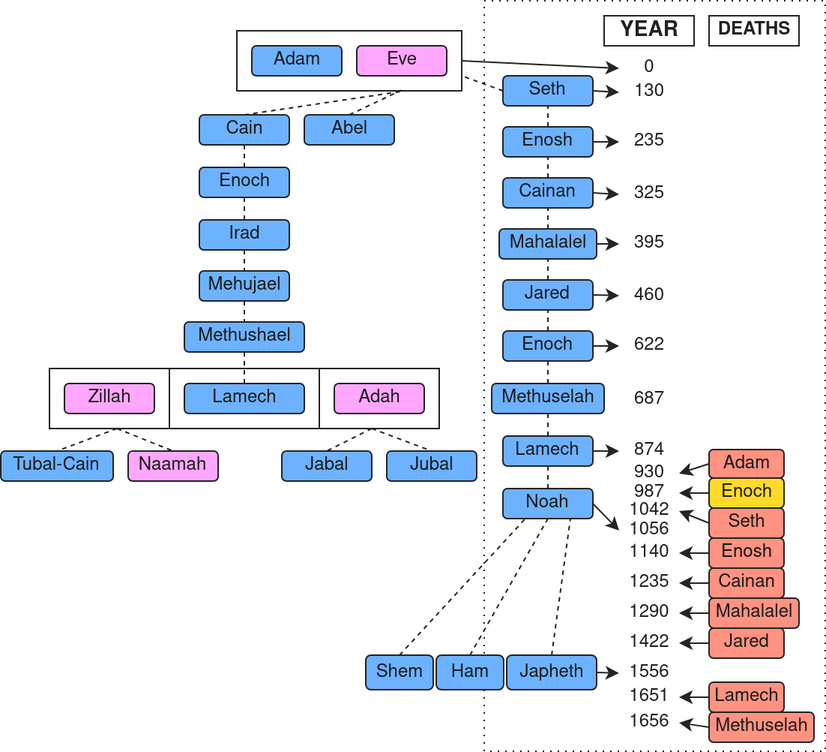
The draw.io diagram images/genealogies/adams_genealogy.png in torodean/bible-notes, before a commit. Source tidied: cells renumbered, new cells last; positions are measured from the earlier drawing's top-left corner, leaving out a move shared by most shapes.
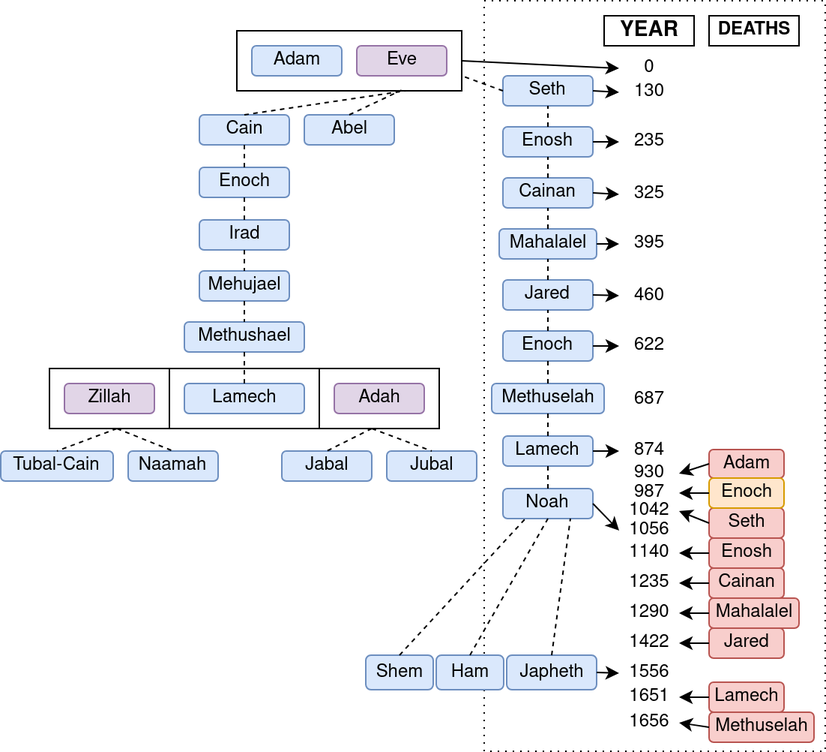
After the commit.

Commit message:
Added abraham and keturah's genealogy diagram and updated some previous diagrams. Also updated a few missed location/people tags

The edit, as a diff of the source:
```diff
@@ -16,12 +16,12 @@
     </mxCell>
-    <mxCell id="6" value="Adam" style="rounded=1;whiteSpace=wrap;html=1;fillColor=#0050ef;fontColor=light-dark(#000000,#1A1A1A);strokeColor=light-dark(#000000,#242424);" parent="1" vertex="1">
+    <mxCell id="6" value="Adam" style="rounded=1;whiteSpace=wrap;html=1;fillColor=#dae8fc;strokeColor=#6c8ebf;" parent="1" vertex="1">
       <mxGeometry x="167.5" y="30" width="60" height="20" as="geometry" />
     </mxCell>
-    <mxCell id="7" value="Eve" style="rounded=1;whiteSpace=wrap;html=1;fillColor=#6a00ff;fontColor=light-dark(#000000,#1A1A1A);strokeColor=light-dark(#000000,#242424);" parent="1" vertex="1">
+    <mxCell id="7" value="Eve" style="rounded=1;whiteSpace=wrap;html=1;fillColor=#e1d5e7;strokeColor=#9673a6;" parent="1" vertex="1">
       <mxGeometry x="237.5" y="30" width="60" height="20" as="geometry" />
     </mxCell>
-    <mxCell id="8" value="&lt;div&gt;Cain&lt;/div&gt;" style="rounded=1;whiteSpace=wrap;html=1;fillColor=#0050ef;fontColor=light-dark(#000000,#1A1A1A);strokeColor=light-dark(#000000,#242424);" parent="1" vertex="1">
+    <mxCell id="8" value="&lt;div&gt;Cain&lt;/div&gt;" style="rounded=1;whiteSpace=wrap;html=1;fillColor=#dae8fc;strokeColor=#6c8ebf;" parent="1" vertex="1">
       <mxGeometry x="132.5" y="76" width="60" height="20" as="geometry" />
     </mxCell>
-    <mxCell id="9" value="Abel" style="rounded=1;whiteSpace=wrap;html=1;fillColor=#0050ef;fontColor=light-dark(#000000,#1A1A1A);strokeColor=light-dark(#000000,#242424);glass=0;shadow=0;" parent="1" vertex="1">
+    <mxCell id="9" value="Abel" style="rounded=1;whiteSpace=wrap;html=1;fillColor=#dae8fc;strokeColor=#6c8ebf;glass=0;shadow=0;" parent="1" vertex="1">
       <mxGeometry x="202.5" y="76" width="60" height="20" as="geometry" />
@@ -34,21 +34,21 @@
     </mxCell>
-    <mxCell id="12" value="Enoch" style="rounded=1;whiteSpace=wrap;html=1;fillColor=#0050ef;fontColor=light-dark(#000000,#1A1A1A);strokeColor=light-dark(#000000,#242424);" parent="1" vertex="1">
+    <mxCell id="12" value="Enoch" style="rounded=1;whiteSpace=wrap;html=1;fillColor=#dae8fc;strokeColor=#6c8ebf;" parent="1" vertex="1">
       <mxGeometry x="132.5" y="111" width="60" height="20" as="geometry" />
     </mxCell>
-    <mxCell id="13" value="&lt;div&gt;Irad&lt;/div&gt;" style="rounded=1;whiteSpace=wrap;html=1;fillColor=#0050ef;fontColor=light-dark(#000000,#1A1A1A);strokeColor=light-dark(#000000,#242424);" parent="1" vertex="1">
+    <mxCell id="13" value="&lt;div&gt;Irad&lt;/div&gt;" style="rounded=1;whiteSpace=wrap;html=1;fillColor=#dae8fc;strokeColor=#6c8ebf;" parent="1" vertex="1">
       <mxGeometry x="132.5" y="146" width="60" height="20" as="geometry" />
     </mxCell>
-    <mxCell id="14" value="Mehujael" style="rounded=1;whiteSpace=wrap;html=1;fillColor=#0050ef;fontColor=light-dark(#000000,#1A1A1A);strokeColor=light-dark(#000000,#242424);" parent="1" vertex="1">
+    <mxCell id="14" value="Mehujael" style="rounded=1;whiteSpace=wrap;html=1;fillColor=#dae8fc;strokeColor=#6c8ebf;" parent="1" vertex="1">
       <mxGeometry x="132.5" y="180" width="60" height="20" as="geometry" />
     </mxCell>
-    <mxCell id="15" value="&lt;div&gt;Methushael&lt;/div&gt;" style="rounded=1;whiteSpace=wrap;html=1;fillColor=#0050ef;fontColor=light-dark(#000000,#1A1A1A);strokeColor=light-dark(#000000,#242424);" parent="1" vertex="1">
+    <mxCell id="15" value="&lt;div&gt;Methushael&lt;/div&gt;" style="rounded=1;whiteSpace=wrap;html=1;fillColor=#dae8fc;strokeColor=#6c8ebf;" parent="1" vertex="1">
       <mxGeometry x="122.5" y="214" width="80" height="20" as="geometry" />
     </mxCell>
-    <mxCell id="16" value="Lamech" style="rounded=1;whiteSpace=wrap;html=1;fillColor=#0050ef;fontColor=light-dark(#000000,#1A1A1A);strokeColor=light-dark(#000000,#242424);" parent="1" vertex="1">
+    <mxCell id="16" value="Lamech" style="rounded=1;whiteSpace=wrap;html=1;fillColor=#dae8fc;strokeColor=#6c8ebf;" parent="1" vertex="1">
       <mxGeometry x="122.5" y="255" width="80" height="20" as="geometry" />
     </mxCell>
-    <mxCell id="17" value="Adah" style="rounded=1;whiteSpace=wrap;html=1;fillColor=#6a00ff;fontColor=light-dark(#000000,#1A1A1A);strokeColor=light-dark(#000000,#242424);" parent="1" vertex="1">
+    <mxCell id="17" value="Adah" style="rounded=1;whiteSpace=wrap;html=1;fillColor=#e1d5e7;strokeColor=#9673a6;" parent="1" vertex="1">
       <mxGeometry x="222.5" y="255" width="60" height="20" as="geometry" />
     </mxCell>
-    <mxCell id="18" value="Naamah" style="rounded=1;whiteSpace=wrap;html=1;fillColor=#6a00ff;fontColor=light-dark(#000000,#1A1A1A);strokeColor=light-dark(#000000,#242424);" parent="1" vertex="1">
+    <mxCell id="18" value="Naamah" style="rounded=1;whiteSpace=wrap;html=1;fillColor=#dae8fc;strokeColor=#6c8ebf;" parent="1" vertex="1">
       <mxGeometry x="85" y="300" width="60" height="20" as="geometry" />
@@ -70,3 +70,3 @@
     </mxCell>
-    <mxCell id="24" value="Jabal" style="rounded=1;whiteSpace=wrap;html=1;fillColor=#0050ef;fontColor=light-dark(#000000,#1A1A1A);strokeColor=light-dark(#000000,#242424);" parent="1" vertex="1">
+    <mxCell id="24" value="Jabal" style="rounded=1;whiteSpace=wrap;html=1;fillColor=#dae8fc;strokeColor=#6c8ebf;" parent="1" vertex="1">
       <mxGeometry x="187.5" y="300" width="60" height="20" as="geometry" />
@@ -76,3 +76,3 @@
     </mxCell>
-    <mxCell id="26" value="&lt;div&gt;Jubal&lt;/div&gt;" style="rounded=1;whiteSpace=wrap;html=1;fillColor=#0050ef;fontColor=light-dark(#000000,#1A1A1A);strokeColor=light-dark(#000000,#242424);" parent="1" vertex="1">
+    <mxCell id="26" value="&lt;div&gt;Jubal&lt;/div&gt;" style="rounded=1;whiteSpace=wrap;html=1;fillColor=#dae8fc;strokeColor=#6c8ebf;" parent="1" vertex="1">
       <mxGeometry x="257.5" y="300" width="60" height="20" as="geometry" />
@@ -82,6 +82,6 @@
     </mxCell>
-    <mxCell id="28" value="Tubal-Cain" style="rounded=1;whiteSpace=wrap;html=1;fillColor=#0050ef;fontColor=light-dark(#000000,#1A1A1A);strokeColor=light-dark(#000000,#242424);" parent="1" vertex="1">
+    <mxCell id="28" value="Tubal-Cain" style="rounded=1;whiteSpace=wrap;html=1;fillColor=#dae8fc;strokeColor=#6c8ebf;" parent="1" vertex="1">
       <mxGeometry y="300" width="75" height="20" as="geometry" />
     </mxCell>
-    <mxCell id="29" value="Zillah" style="rounded=1;whiteSpace=wrap;html=1;fillColor=#6a00ff;fontColor=light-dark(#000000,#1A1A1A);strokeColor=light-dark(#000000,#242424);" parent="1" vertex="1">
+    <mxCell id="29" value="Zillah" style="rounded=1;whiteSpace=wrap;html=1;fillColor=#e1d5e7;strokeColor=#9673a6;" parent="1" vertex="1">
       <mxGeometry x="42.5" y="255" width="60" height="20" as="geometry" />
@@ -94,3 +94,3 @@
     </mxCell>
-    <mxCell id="32" value="Seth" style="rounded=1;whiteSpace=wrap;html=1;fillColor=#0050ef;fontColor=light-dark(#000000,#1A1A1A);strokeColor=light-dark(#000000,#242424);glass=0;shadow=0;" parent="1" vertex="1">
+    <mxCell id="32" value="Seth" style="rounded=1;whiteSpace=wrap;html=1;fillColor=#dae8fc;strokeColor=#6c8ebf;glass=0;shadow=0;" parent="1" vertex="1">
       <mxGeometry x="335" y="50" width="60" height="20" as="geometry" />
@@ -100,3 +100,3 @@
     </mxCell>
-    <mxCell id="34" value="Enosh" style="rounded=1;whiteSpace=wrap;html=1;fillColor=#0050ef;fontColor=light-dark(#000000,#1A1A1A);strokeColor=light-dark(#000000,#242424);glass=0;shadow=0;" parent="1" vertex="1">
+    <mxCell id="34" value="Enosh" style="rounded=1;whiteSpace=wrap;html=1;fillColor=#dae8fc;strokeColor=#6c8ebf;glass=0;shadow=0;" parent="1" vertex="1">
       <mxGeometry x="335" y="84" width="60" height="20" as="geometry" />
@@ -118,3 +118,3 @@
     </mxCell>
-    <mxCell id="40" value="Cainan" style="rounded=1;whiteSpace=wrap;html=1;fillColor=#0050ef;fontColor=light-dark(#000000,#1A1A1A);strokeColor=light-dark(#000000,#242424);glass=0;shadow=0;" parent="1" vertex="1">
+    <mxCell id="40" value="Cainan" style="rounded=1;whiteSpace=wrap;html=1;fillColor=#dae8fc;strokeColor=#6c8ebf;glass=0;shadow=0;" parent="1" vertex="1">
       <mxGeometry x="335" y="118" width="60" height="20" as="geometry" />
@@ -127,3 +127,3 @@
     </mxCell>
-    <mxCell id="43" value="Mahalalel" style="rounded=1;whiteSpace=wrap;html=1;fillColor=#0050ef;fontColor=light-dark(#000000,#1A1A1A);strokeColor=light-dark(#000000,#242424);glass=0;shadow=0;" parent="1" vertex="1">
+    <mxCell id="43" value="Mahalalel" style="rounded=1;whiteSpace=wrap;html=1;fillColor=#dae8fc;strokeColor=#6c8ebf;glass=0;shadow=0;" parent="1" vertex="1">
       <mxGeometry x="332.5" y="152" width="65" height="20" as="geometry" />
@@ -136,3 +136,3 @@
     </mxCell>
-    <mxCell id="46" value="Jared" style="rounded=1;whiteSpace=wrap;html=1;fillColor=#0050ef;fontColor=light-dark(#000000,#1A1A1A);strokeColor=light-dark(#000000,#242424);glass=0;shadow=0;" parent="1" vertex="1">
+    <mxCell id="46" value="Jared" style="rounded=1;whiteSpace=wrap;html=1;fillColor=#dae8fc;strokeColor=#6c8ebf;glass=0;shadow=0;" parent="1" vertex="1">
       <mxGeometry x="335" y="186" width="60" height="20" as="geometry" />
@@ -145,3 +145,3 @@
     </mxCell>
-    <mxCell id="49" value="Enoch" style="rounded=1;whiteSpace=wrap;html=1;fillColor=#0050ef;fontColor=light-dark(#000000,#1A1A1A);strokeColor=light-dark(#000000,#242424);glass=0;shadow=0;" parent="1" vertex="1">
+    <mxCell id="49" value="Enoch" style="rounded=1;whiteSpace=wrap;html=1;fillColor=#dae8fc;strokeColor=#6c8ebf;glass=0;shadow=0;" parent="1" vertex="1">
       <mxGeometry x="335" y="220" width="60" height="20" as="geometry" />
@@ -154,3 +154,3 @@
     </mxCell>
-    <mxCell id="52" value="Methuselah" style="rounded=1;whiteSpace=wrap;html=1;fillColor=#0050ef;fontColor=light-dark(#000000,#1A1A1A);strokeColor=light-dark(#000000,#242424);glass=0;shadow=0;" parent="1" vertex="1">
+    <mxCell id="52" value="Methuselah" style="rounded=1;whiteSpace=wrap;html=1;fillColor=#dae8fc;strokeColor=#6c8ebf;glass=0;shadow=0;" parent="1" vertex="1">
       <mxGeometry x="327.5" y="255" width="75" height="20" as="geometry" />
@@ -163,3 +163,3 @@
     </mxCell>
-    <mxCell id="55" value="Lamech" style="rounded=1;whiteSpace=wrap;html=1;fillColor=#0050ef;fontColor=light-dark(#000000,#1A1A1A);strokeColor=light-dark(#000000,#242424);glass=0;shadow=0;" parent="1" vertex="1">
+    <mxCell id="55" value="Lamech" style="rounded=1;whiteSpace=wrap;html=1;fillColor=#dae8fc;strokeColor=#6c8ebf;glass=0;shadow=0;" parent="1" vertex="1">
       <mxGeometry x="335" y="290" width="60" height="20" as="geometry" />
@@ -172,3 +172,3 @@
     </mxCell>
-    <mxCell id="58" value="Noah" style="rounded=1;whiteSpace=wrap;html=1;fillColor=#0050ef;fontColor=light-dark(#000000,#1A1A1A);strokeColor=light-dark(#000000,#242424);glass=0;shadow=0;" parent="1" vertex="1">
+    <mxCell id="58" value="Noah" style="rounded=1;whiteSpace=wrap;html=1;fillColor=#dae8fc;strokeColor=#6c8ebf;glass=0;shadow=0;" parent="1" vertex="1">
       <mxGeometry x="335" y="325" width="60" height="20" as="geometry" />
@@ -184,3 +184,3 @@
     </mxCell>
-    <mxCell id="62" value="&lt;div style=&quot;line-height: 100%;&quot;&gt;&lt;div align=&quot;center&quot; style=&quot;line-height: 120%;&quot;&gt;&lt;font style=&quot;line-height: 120%;&quot;&gt;Adam&lt;br&gt;&lt;/font&gt;&lt;/div&gt;&lt;/div&gt;" style="rounded=1;whiteSpace=wrap;html=1;fillColor=#e51400;fontColor=light-dark(#000000,#1A1A1A);strokeColor=light-dark(#000000,#242424);align=center;" parent="1" vertex="1">
+    <mxCell id="62" value="&lt;div style=&quot;line-height: 100%;&quot;&gt;&lt;div align=&quot;center&quot; style=&quot;line-height: 120%;&quot;&gt;&lt;font style=&quot;line-height: 120%;&quot;&gt;Adam&lt;br&gt;&lt;/font&gt;&lt;/div&gt;&lt;/div&gt;" style="rounded=1;whiteSpace=wrap;html=1;fillColor=#f8cecc;strokeColor=#b85450;align=center;" parent="1" vertex="1">
       <mxGeometry x="472.5" y="299" width="50" height="19" as="geometry" />
@@ -220,3 +220,3 @@
     </mxCell>
-    <mxCell id="74" value="&lt;div style=&quot;line-height: 100%;&quot;&gt;&lt;div align=&quot;center&quot; style=&quot;line-height: 120%;&quot;&gt;&lt;font style=&quot;line-height: 120%;&quot;&gt;Seth&lt;br&gt;&lt;/font&gt;&lt;/div&gt;&lt;/div&gt;" style="rounded=1;whiteSpace=wrap;html=1;fillColor=#e51400;fontColor=light-dark(#000000,#1A1A1A);strokeColor=light-dark(#000000,#242424);align=center;" parent="1" vertex="1">
+    <mxCell id="74" value="&lt;div style=&quot;line-height: 100%;&quot;&gt;&lt;div align=&quot;center&quot; style=&quot;line-height: 120%;&quot;&gt;&lt;font style=&quot;line-height: 120%;&quot;&gt;Seth&lt;br&gt;&lt;/font&gt;&lt;/div&gt;&lt;/div&gt;" style="rounded=1;whiteSpace=wrap;html=1;fillColor=#f8cecc;strokeColor=#b85450;align=center;" parent="1" vertex="1">
       <mxGeometry x="472.5" y="338" width="50" height="20" as="geometry" />
@@ -229,3 +229,3 @@
     </mxCell>
-    <mxCell id="77" value="Enosh" style="rounded=1;whiteSpace=wrap;html=1;fillColor=#e51400;strokeColor=light-dark(#000000,#242424);align=center;fontColor=#ffffff;" parent="1" vertex="1">
+    <mxCell id="77" value="Enosh" style="rounded=1;whiteSpace=wrap;html=1;fillColor=#f8cecc;strokeColor=#b85450;align=center;" parent="1" vertex="1">
       <mxGeometry x="472.5" y="358" width="50" height="20" as="geometry" />
@@ -238,3 +238,3 @@
     </mxCell>
-    <mxCell id="80" value="Cainan" style="rounded=1;whiteSpace=wrap;html=1;fillColor=#e51400;fontColor=light-dark(#000000,#1A1A1A);strokeColor=light-dark(#000000,#242424);align=center;" parent="1" vertex="1">
+    <mxCell id="80" value="Cainan" style="rounded=1;whiteSpace=wrap;html=1;fillColor=#f8cecc;strokeColor=#b85450;align=center;" parent="1" vertex="1">
       <mxGeometry x="472.5" y="378" width="50" height="20" as="geometry" />
@@ -247,3 +247,3 @@
     </mxCell>
-    <mxCell id="83" value="Mahalalel" style="rounded=1;whiteSpace=wrap;html=1;fillColor=#e51400;fontColor=light-dark(#000000,#1A1A1A);strokeColor=light-dark(#000000,#242424);align=center;" parent="1" vertex="1">
+    <mxCell id="83" value="Mahalalel" style="rounded=1;whiteSpace=wrap;html=1;fillColor=#f8cecc;strokeColor=#b85450;align=center;" parent="1" vertex="1">
       <mxGeometry x="472.5" y="398" width="60" height="20" as="geometry" />
@@ -256,3 +256,3 @@
     </mxCell>
-    <mxCell id="86" value="Jared" style="rounded=1;whiteSpace=wrap;html=1;fillColor=#e51400;fontColor=light-dark(#000000,#1A1A1A);strokeColor=light-dark(#000000,#242424);align=center;" parent="1" vertex="1">
+    <mxCell id="86" value="Jared" style="rounded=1;whiteSpace=wrap;html=1;fillColor=#f8cecc;strokeColor=#b85450;align=center;" parent="1" vertex="1">
       <mxGeometry x="472.5" y="418" width="50" height="20" as="geometry" />
@@ -265,3 +265,3 @@
     </mxCell>
-    <mxCell id="89" value="Enoch" style="rounded=1;whiteSpace=wrap;html=1;fillColor=light-dark(#E51400,#FFDA2A);fontColor=light-dark(#000000,#1A1A1A);strokeColor=light-dark(#000000,#242424);align=center;" parent="1" vertex="1">
+    <mxCell id="89" value="Enoch" style="rounded=1;whiteSpace=wrap;html=1;fillColor=#ffe6cc;strokeColor=#d79b00;align=center;" parent="1" vertex="1">
       <mxGeometry x="472.5" y="318" width="50" height="20" as="geometry" />
@@ -274,9 +274,9 @@
     </mxCell>
-    <mxCell id="92" value="Ham" style="rounded=1;whiteSpace=wrap;html=1;fillColor=#0050ef;fontColor=light-dark(#000000,#1A1A1A);strokeColor=light-dark(#000000,#242424);glass=0;shadow=0;" parent="1" vertex="1">
+    <mxCell id="92" value="Ham" style="rounded=1;whiteSpace=wrap;html=1;fillColor=#dae8fc;strokeColor=#6c8ebf;glass=0;shadow=0;" parent="1" vertex="1">
       <mxGeometry x="290.5" y="436" width="45" height="23" as="geometry" />
     </mxCell>
-    <mxCell id="93" value="Shem" style="rounded=1;whiteSpace=wrap;html=1;fillColor=#0050ef;fontColor=light-dark(#000000,#1A1A1A);strokeColor=light-dark(#000000,#242424);glass=0;shadow=0;" parent="1" vertex="1">
+    <mxCell id="93" value="Shem" style="rounded=1;whiteSpace=wrap;html=1;fillColor=#dae8fc;strokeColor=#6c8ebf;glass=0;shadow=0;" parent="1" vertex="1">
       <mxGeometry x="243.5" y="436" width="45" height="23" as="geometry" />
     </mxCell>
-    <mxCell id="94" value="Japheth" style="rounded=1;whiteSpace=wrap;html=1;fillColor=#0050ef;fontColor=light-dark(#000000,#1A1A1A);strokeColor=light-dark(#000000,#242424);glass=0;shadow=0;" parent="1" vertex="1">
+    <mxCell id="94" value="Japheth" style="rounded=1;whiteSpace=wrap;html=1;fillColor=#dae8fc;strokeColor=#6c8ebf;glass=0;shadow=0;" parent="1" vertex="1">
       <mxGeometry x="337.5" y="436" width="60" height="23" as="geometry" />
@@ -304,3 +304,3 @@
     </mxCell>
-    <mxCell id="102" value="Lamech" style="rounded=1;whiteSpace=wrap;html=1;fillColor=#e51400;fontColor=light-dark(#000000,#1A1A1A);strokeColor=light-dark(#000000,#242424);align=center;" parent="1" vertex="1">
+    <mxCell id="102" value="Lamech" style="rounded=1;whiteSpace=wrap;html=1;fillColor=#f8cecc;strokeColor=#b85450;align=center;" parent="1" vertex="1">
       <mxGeometry x="472.5" y="454" width="50" height="20" as="geometry" />
@@ -310,3 +310,3 @@
     </mxCell>
-    <mxCell id="104" value="Methuselah" style="rounded=1;whiteSpace=wrap;html=1;fillColor=#e51400;fontColor=light-dark(#000000,#1A1A1A);strokeColor=light-dark(#000000,#242424);align=center;" parent="1" vertex="1">
+    <mxCell id="104" value="Methuselah" style="rounded=1;whiteSpace=wrap;html=1;fillColor=#f8cecc;strokeColor=#b85450;align=center;" parent="1" vertex="1">
       <mxGeometry x="472.5" y="474" width="70" height="20" as="geometry" />
```
